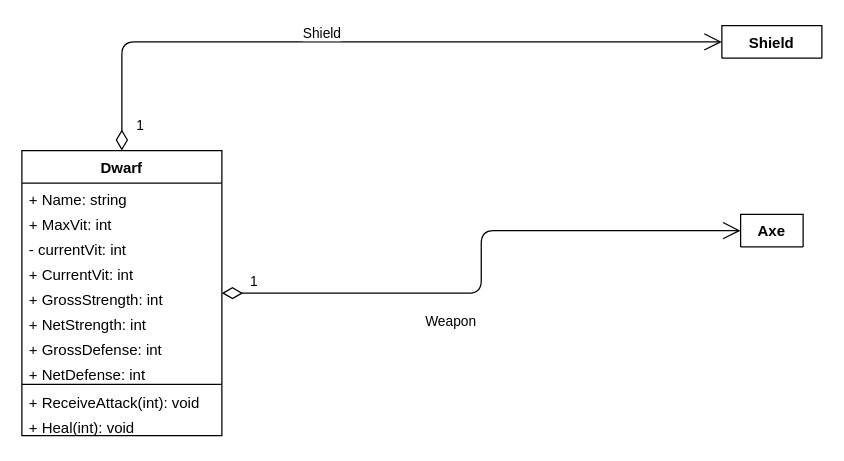
This is Assets/UML-diagrams/Dwarf.drawio from ProgramacionII-Equipo3/PII_RoleplayGame_1_Start, a draw.io file, before an edit. Source tidied: cells renumbered, new cells numbered last; positions are measured from the earlier drawing's top-left corner, leaving out a move shared by most shapes. Both pictures are drawn from the tidied source at 125%, with x=0, y=0 at pixel (21, 25).
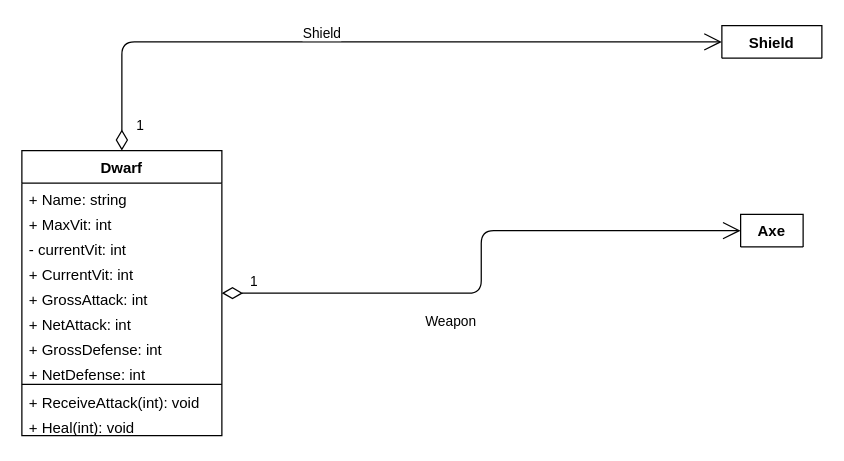
After the change.

Unchanged cells that the change refers to:
```xml
<mxCell id="2" value="Dwarf" style="swimlane;fontStyle=1;align=center;verticalAlign=top;horizontal=1;startSize=26;" parent="1" vertex="1">
  <mxGeometry y="100" width="160" height="228" as="geometry" />
</mxCell>
```

Change to the diagram source:
```diff
@@
-    <mxCell id="7" value="+ GrossStrength: int" style="text;strokeColor=none;fillColor=none;align=left;verticalAlign=top;spacingLeft=4;spacingRight=4;overflow=hidden;" parent="2" vertex="1">
+    <mxCell id="7" value="+ GrossAttack: int" style="text;strokeColor=none;fillColor=none;align=left;verticalAlign=top;spacingLeft=4;spacingRight=4;overflow=hidden;" parent="2" vertex="1">
       <mxGeometry y="106" width="160" height="20" as="geometry" />
     </mxCell>
-    <mxCell id="8" value="+ NetStrength: int" style="text;strokeColor=none;fillColor=none;align=left;verticalAlign=top;spacingLeft=4;spacingRight=4;overflow=hidden;" parent="2" vertex="1">
+    <mxCell id="8" value="+ NetAttack: int" style="text;strokeColor=none;fillColor=none;align=left;verticalAlign=top;spacingLeft=4;spacingRight=4;overflow=hidden;" parent="2" vertex="1">
       <mxGeometry y="126" width="160" height="20" as="geometry" />
     </mxCell>
```
